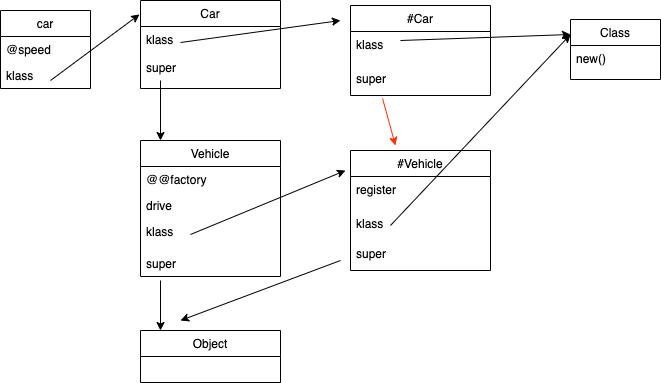
Before: images/singleton_6.png, a diagram exported from draw.io (tangyuan1808/Ruby-Safari). Source tidied: cells renumbered, new cells last; positions are measured from the earlier drawing's top-left corner, leaving out a move shared by most shapes. Its diagram source:
```xml
<mxGraphModel>
  <root>
    <mxCell id="0" />
    <mxCell id="1" parent="0" />
    <mxCell id="2" value="car" style="swimlane;fontStyle=0;horizontal=1;startSize=26;" parent="1" vertex="1">
      <mxGeometry y="10" width="90" height="78" as="geometry" />
    </mxCell>
    <mxCell id="3" value="@speed" style="text;strokeColor=none;fillColor=none;align=left;verticalAlign=top;spacingLeft=4;spacingRight=4;overflow=hidden;" parent="2" vertex="1">
      <mxGeometry y="26" width="90" height="26" as="geometry" />
    </mxCell>
    <mxCell id="4" value="klass" style="text;strokeColor=none;fillColor=none;align=left;verticalAlign=top;spacingLeft=4;spacingRight=4;overflow=hidden;" parent="2" vertex="1">
      <mxGeometry y="52" width="90" height="26" as="geometry" />
    </mxCell>
    <mxCell id="5" style="endArrow=classic;html=1;entryX=-0.007;entryY=0.158;entryDx=0;entryDy=0;entryPerimeter=0;" parent="2" edge="1" target="15">
      <mxGeometry relative="1" as="geometry">
        <mxPoint x="50" y="70" as="sourcePoint" />
      </mxGeometry>
    </mxCell>
    <mxCell id="6" value="Class" style="swimlane;fontStyle=0;horizontal=1;startSize=26;" parent="1" vertex="1">
      <mxGeometry x="570" y="19" width="90" height="60" as="geometry" />
    </mxCell>
    <mxCell id="7" value="new()" style="text;strokeColor=none;fillColor=none;align=left;verticalAlign=top;spacingLeft=4;spacingRight=4;overflow=hidden;" parent="6" vertex="1">
      <mxGeometry y="26" width="90" height="34" as="geometry" />
    </mxCell>
    <mxCell id="8" value="Vehicle" style="swimlane;fontStyle=0;horizontal=1;startSize=26;" parent="1" vertex="1">
      <mxGeometry x="140" y="140" width="140" height="136" as="geometry" />
    </mxCell>
    <mxCell id="9" value="@@factory" style="text;strokeColor=none;fillColor=none;align=left;verticalAlign=top;spacingLeft=4;spacingRight=4;overflow=hidden;" parent="8" vertex="1">
      <mxGeometry y="26" width="140" height="26" as="geometry" />
    </mxCell>
    <mxCell id="10" value="drive" style="text;strokeColor=none;fillColor=none;align=left;verticalAlign=top;spacingLeft=4;spacingRight=4;overflow=hidden;" parent="8" vertex="1">
      <mxGeometry y="52" width="140" height="26" as="geometry" />
    </mxCell>
    <mxCell id="11" value="klass&#10;" style="text;strokeColor=none;fillColor=none;align=left;verticalAlign=top;spacingLeft=4;spacingRight=4;overflow=hidden;points=[[0,0.5],[1,0.5]];portConstraint=eastwest;" parent="8" vertex="1">
      <mxGeometry y="78" width="140" height="32" as="geometry" />
    </mxCell>
    <mxCell id="12" style="endArrow=classic;html=1;" parent="8" edge="1">
      <mxGeometry relative="1" as="geometry">
        <mxPoint x="20" y="140" as="sourcePoint" />
        <mxPoint x="20" y="190" as="targetPoint" />
      </mxGeometry>
    </mxCell>
    <mxCell id="13" value="super" style="text;strokeColor=none;fillColor=none;align=left;verticalAlign=top;spacingLeft=4;spacingRight=4;overflow=hidden;" parent="8" vertex="1">
      <mxGeometry y="110" width="140" height="26" as="geometry" />
    </mxCell>
    <mxCell id="14" value="Object" style="swimlane;fontStyle=0;horizontal=1;startSize=26;" parent="1" vertex="1">
      <mxGeometry x="140" y="330" width="140" height="52" as="geometry" />
    </mxCell>
    <mxCell id="15" value="Car" style="swimlane;fontStyle=0;horizontal=1;startSize=26;" parent="1" vertex="1">
      <mxGeometry x="140" width="140" height="88" as="geometry" />
    </mxCell>
    <mxCell id="16" value="klass&#10;&#10;super" style="text;strokeColor=none;fillColor=none;align=left;verticalAlign=top;spacingLeft=4;spacingRight=4;overflow=hidden;" parent="15" vertex="1">
      <mxGeometry y="26" width="140" height="62" as="geometry" />
    </mxCell>
    <mxCell id="17" value="#Car" style="swimlane;fontStyle=0;horizontal=1;startSize=26;" parent="1" vertex="1">
      <mxGeometry x="350" y="5" width="140" height="90" as="geometry" />
    </mxCell>
    <mxCell id="18" value="klass&#10;" style="text;strokeColor=none;fillColor=none;align=left;verticalAlign=top;spacingLeft=4;spacingRight=4;overflow=hidden;" parent="17" vertex="1">
      <mxGeometry y="26" width="140" height="34" as="geometry" />
    </mxCell>
    <mxCell id="19" value="super" style="text;strokeColor=none;fillColor=none;align=left;verticalAlign=top;spacingLeft=4;spacingRight=4;overflow=hidden;points=[[0,0.5],[1,0.5]];portConstraint=eastwest;" parent="17" vertex="1">
      <mxGeometry y="60" width="140" height="30" as="geometry" />
    </mxCell>
    <mxCell id="20" style="endArrow=classic;html=1;" parent="1" edge="1">
      <mxGeometry relative="1" as="geometry">
        <mxPoint x="180" y="42" as="sourcePoint" />
        <mxPoint x="340" y="20" as="targetPoint" />
      </mxGeometry>
    </mxCell>
    <mxCell id="21" style="endArrow=classic;html=1;" parent="1" edge="1">
      <mxGeometry relative="1" as="geometry">
        <mxPoint x="160" y="80" as="sourcePoint" />
        <mxPoint x="160" y="140" as="targetPoint" />
      </mxGeometry>
    </mxCell>
    <mxCell id="22" style="endArrow=classic;html=1;entryX=0;entryY=0.25;entryDx=0;entryDy=0;" parent="1" edge="1" target="6">
      <mxGeometry relative="1" as="geometry">
        <mxPoint x="400" y="40" as="sourcePoint" />
      </mxGeometry>
    </mxCell>
    <mxCell id="23" style="endArrow=classic;html=1;fontColor=#000000;entryX=-0.036;entryY=0.167;entryDx=0;entryDy=0;entryPerimeter=0;exitX=0.357;exitY=0.5;exitDx=0;exitDy=0;exitPerimeter=0;" parent="1" edge="1" source="11" target="24">
      <mxGeometry relative="1" as="geometry" />
    </mxCell>
    <mxCell id="24" value="#Vehicle" style="swimlane;fontStyle=0;horizontal=1;startSize=26;" parent="1" vertex="1">
      <mxGeometry x="350" y="150" width="140" height="120" as="geometry" />
    </mxCell>
    <mxCell id="25" style="endArrow=classic;html=1;fontColor=#000000;entryX=0;entryY=0.25;entryDx=0;entryDy=0;exitX=0.357;exitY=0.5;exitDx=0;exitDy=0;exitPerimeter=0;" parent="24" edge="1" target="6">
      <mxGeometry relative="1" as="geometry">
        <mxPoint x="40" y="75" as="sourcePoint" />
      </mxGeometry>
    </mxCell>
    <mxCell id="26" value="register" style="text;strokeColor=none;fillColor=none;align=left;verticalAlign=top;spacingLeft=4;spacingRight=4;overflow=hidden;" parent="24" vertex="1">
      <mxGeometry y="26" width="140" height="34" as="geometry" />
    </mxCell>
    <mxCell id="27" value="klass" style="text;strokeColor=none;fillColor=none;align=left;verticalAlign=top;spacingLeft=4;spacingRight=4;overflow=hidden;" parent="24" vertex="1">
      <mxGeometry y="60" width="140" height="30" as="geometry" />
    </mxCell>
    <mxCell id="28" value="super" style="text;strokeColor=none;fillColor=none;align=left;verticalAlign=top;spacingLeft=4;spacingRight=4;overflow=hidden;points=[[0,0.5],[1,0.5]];portConstraint=eastwest;" parent="24" vertex="1">
      <mxGeometry y="90" width="140" height="30" as="geometry" />
    </mxCell>
    <mxCell id="29" style="endArrow=classic;html=1;" parent="1" edge="1">
      <mxGeometry relative="1" as="geometry">
        <mxPoint x="340" y="260" as="sourcePoint" />
        <mxPoint x="180" y="320" as="targetPoint" />
      </mxGeometry>
    </mxCell>
    <mxCell id="30" style="endArrow=classic;html=1;fontColor=#000000;exitX=0.229;exitY=1.1;exitDx=0;exitDy=0;exitPerimeter=0;entryX=0.321;entryY=-0.042;entryDx=0;entryDy=0;entryPerimeter=0;strokeColor=#FF3108;" parent="1" edge="1" source="19" target="24">
      <mxGeometry relative="1" as="geometry" />
    </mxCell>
  </root>
</mxGraphModel>
```
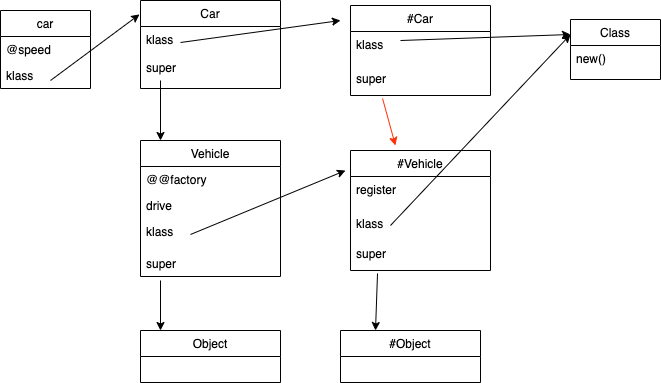
The same file after the commit.

The edit, as a diff of the source:
```diff
@@ -98,14 +98,14 @@
     <mxCell id="28" value="super" style="text;strokeColor=none;fillColor=none;align=left;verticalAlign=top;spacingLeft=4;spacingRight=4;overflow=hidden;points=[[0,0.5],[1,0.5]];portConstraint=eastwest;" parent="24" vertex="1">
       <mxGeometry y="90" width="140" height="30" as="geometry" />
     </mxCell>
-    <mxCell id="29" style="endArrow=classic;html=1;" parent="1" edge="1">
-      <mxGeometry relative="1" as="geometry">
-        <mxPoint x="340" y="260" as="sourcePoint" />
-        <mxPoint x="180" y="320" as="targetPoint" />
-      </mxGeometry>
+    <mxCell id="29" style="endArrow=classic;html=1;exitX=0.193;exitY=1.1;exitDx=0;exitDy=0;exitPerimeter=0;entryX=0.25;entryY=0;entryDx=0;entryDy=0;" parent="1" edge="1" source="28" target="31">
+      <mxGeometry relative="1" as="geometry" />
     </mxCell>
     <mxCell id="30" style="endArrow=classic;html=1;fontColor=#000000;exitX=0.229;exitY=1.1;exitDx=0;exitDy=0;exitPerimeter=0;entryX=0.321;entryY=-0.042;entryDx=0;entryDy=0;entryPerimeter=0;strokeColor=#FF3108;" parent="1" edge="1" source="19" target="24">
       <mxGeometry relative="1" as="geometry" />
     </mxCell>
+    <mxCell id="31" value="#Object" style="swimlane;fontStyle=0;horizontal=1;startSize=26;" parent="1" vertex="1">
+      <mxGeometry x="340" y="330" width="140" height="52" as="geometry" />
+    </mxCell>
   </root>
 </mxGraphModel>
```
